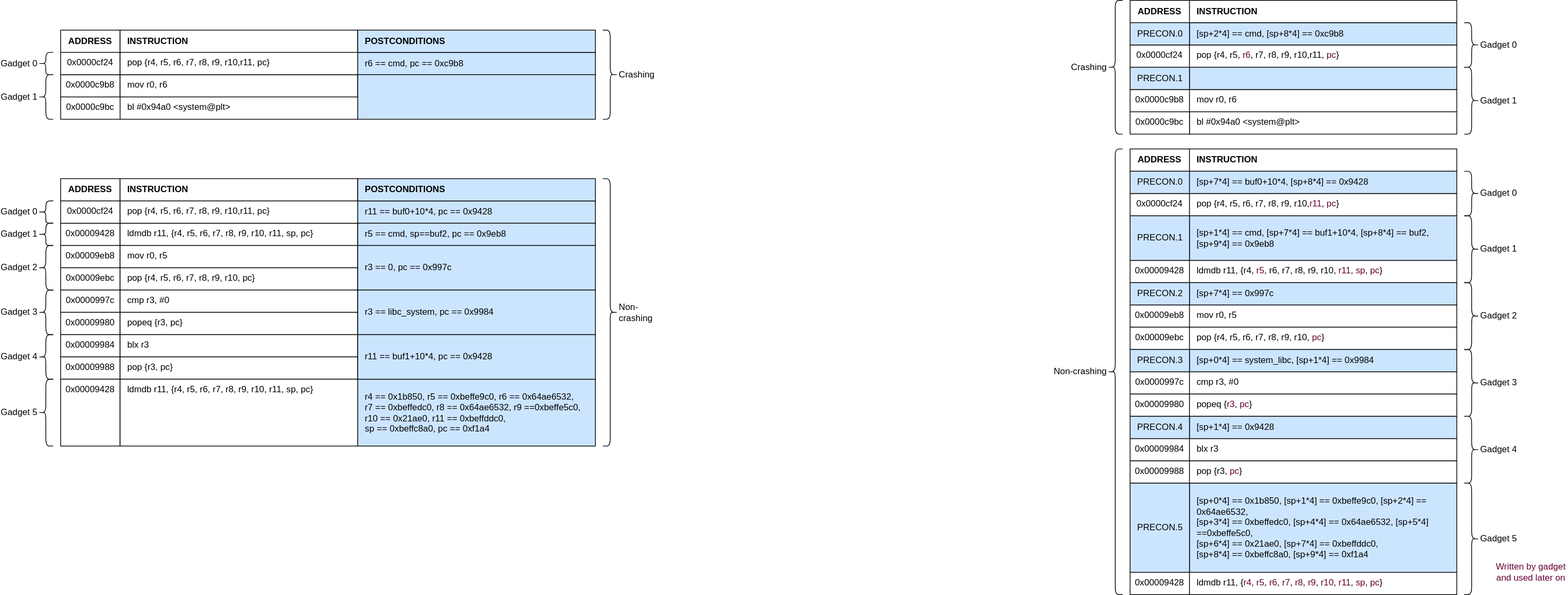
cyber-defence-campus/netgear_r6700v3_circled keeps this draw.io diagram as images/ROP_Chain.svg. Above is the earlier version. Source tidied: cells renumbered, new cells last; positions are measured from the earlier drawing's top-left corner, leaving out a move shared by most shapes.
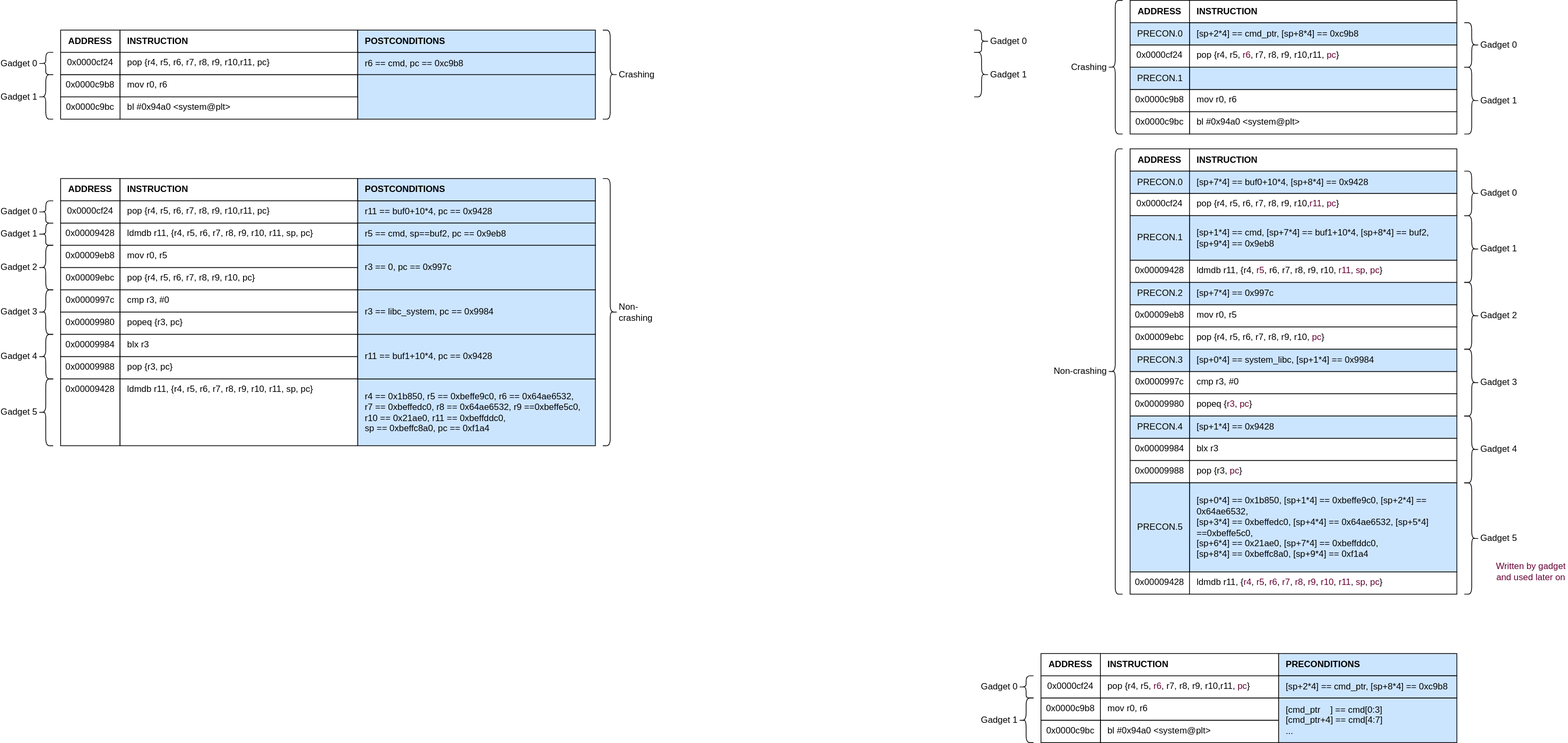
Above is the later version.

The edit, as a diff of the source:
```diff
@@ -167,7 +167,7 @@
     <mxCell id="56" value="0x0000c9bc" style="rounded=0;whiteSpace=wrap;html=1;verticalAlign=top;" parent="1" vertex="1">
       <mxGeometry x="1470" y="150" width="80" height="30" as="geometry" />
     </mxCell>
-    <mxCell id="57" value="[sp+2*4] == cmd, [sp+8*4] == 0xc9b8" style="rounded=0;whiteSpace=wrap;html=1;verticalAlign=middle;align=left;spacingLeft=8;spacingRight=8;fillColor=#CCE5FF;" parent="1" vertex="1">
+    <mxCell id="57" value="[sp+2*4] == cmd_ptr, [sp+8*4] == 0xc9b8" style="rounded=0;whiteSpace=wrap;html=1;verticalAlign=middle;align=left;spacingLeft=8;spacingRight=8;fillColor=#CCE5FF;" parent="1" vertex="1">
       <mxGeometry x="1550" y="30" width="360" height="30" as="geometry" />
     </mxCell>
     <mxCell id="58" value="Gadget 0" style="shape=curlyBracket;html=1;rounded=1;flipH=1;labelPosition=right;verticalLabelPosition=middle;align=left;verticalAlign=middle;" parent="1" vertex="1">
@@ -314,5 +314,50 @@
     <mxCell id="105" value="Non-crashing" style="shape=curlyBracket;html=1;rounded=1;labelPosition=left;verticalLabelPosition=middle;align=right;verticalAlign=middle;" parent="1" vertex="1">
       <mxGeometry x="1440" y="200" width="20" height="600" as="geometry" />
     </mxCell>
+    <mxCell id="106" value="0x0000cf24" style="rounded=0;whiteSpace=wrap;html=1;verticalAlign=top;" parent="1" vertex="1">
+      <mxGeometry x="1350" y="910" width="80" height="30" as="geometry" />
+    </mxCell>
+    <mxCell id="107" value="pop {r4, r5, &lt;font color=&quot;#660033&quot;&gt;r6&lt;/font&gt;, r7, r8, r9, r10,r11, &lt;font color=&quot;#660033&quot;&gt;pc&lt;/font&gt;}" style="rounded=0;whiteSpace=wrap;html=1;verticalAlign=top;align=left;spacingLeft=8;spacingRight=8;fontColor=#000000;" parent="1" vertex="1">
+      <mxGeometry x="1430" y="910" width="240" height="30" as="geometry" />
+    </mxCell>
+    <mxCell id="108" value="0x0000c9b8" style="rounded=0;whiteSpace=wrap;html=1;verticalAlign=top;" parent="1" vertex="1">
+      <mxGeometry x="1350" y="940" width="80" height="30" as="geometry" />
+    </mxCell>
+    <mxCell id="109" value="mov r0, r6" style="rounded=0;whiteSpace=wrap;html=1;verticalAlign=top;align=left;spacingLeft=8;spacingRight=8;fontColor=#000000;" parent="1" vertex="1">
+      <mxGeometry x="1430" y="940" width="240" height="30" as="geometry" />
+    </mxCell>
+    <mxCell id="110" value="bl #0x94a0 &amp;lt;system@plt&amp;gt;" style="rounded=0;whiteSpace=wrap;html=1;verticalAlign=top;align=left;spacingLeft=8;spacingRight=8;fontColor=#000000;" parent="1" vertex="1">
+      <mxGeometry x="1430" y="970" width="240" height="30" as="geometry" />
+    </mxCell>
+    <mxCell id="111" value="0x0000c9bc" style="rounded=0;whiteSpace=wrap;html=1;verticalAlign=top;" parent="1" vertex="1">
+      <mxGeometry x="1350" y="970" width="80" height="30" as="geometry" />
+    </mxCell>
+    <mxCell id="112" value="ADDRESS" style="rounded=0;whiteSpace=wrap;html=1;verticalAlign=middle;fontStyle=1;" parent="1" vertex="1">
+      <mxGeometry x="1350" y="880" width="80" height="30" as="geometry" />
+    </mxCell>
+    <mxCell id="113" value="INSTRUCTION" style="rounded=0;whiteSpace=wrap;html=1;verticalAlign=middle;align=left;spacingLeft=8;spacingRight=8;fontStyle=1;" parent="1" vertex="1">
+      <mxGeometry x="1430" y="880" width="240" height="30" as="geometry" />
+    </mxCell>
+    <mxCell id="114" value="Gadget 0" style="shape=curlyBracket;html=1;rounded=1;flipH=1;labelPosition=right;verticalLabelPosition=middle;align=left;verticalAlign=middle;" parent="1" vertex="1">
+      <mxGeometry x="1260" y="40" width="20" height="30" as="geometry" />
+    </mxCell>
+    <mxCell id="115" value="Gadget 1" style="shape=curlyBracket;html=1;rounded=1;flipH=1;labelPosition=right;verticalLabelPosition=middle;align=left;verticalAlign=middle;" parent="1" vertex="1">
+      <mxGeometry x="1260" y="70" width="20" height="60" as="geometry" />
+    </mxCell>
+    <mxCell id="116" value="&lt;b&gt;PRECONDITIONS&lt;/b&gt;" style="rounded=0;whiteSpace=wrap;html=1;verticalAlign=middle;align=left;spacingLeft=8;spacingRight=8;fillColor=#CCE5FF;" parent="1" vertex="1">
+      <mxGeometry x="1670" y="880" width="240" height="30" as="geometry" />
+    </mxCell>
+    <mxCell id="117" value="Gadget 0" style="shape=curlyBracket;html=1;rounded=1;labelPosition=left;verticalLabelPosition=middle;align=right;verticalAlign=middle;" parent="1" vertex="1">
+      <mxGeometry x="1320" y="910" width="20" height="30" as="geometry" />
+    </mxCell>
+    <mxCell id="118" value="Gadget 1" style="shape=curlyBracket;html=1;rounded=1;labelPosition=left;verticalLabelPosition=middle;align=right;verticalAlign=middle;" parent="1" vertex="1">
+      <mxGeometry x="1320" y="940" width="20" height="60" as="geometry" />
+    </mxCell>
+    <mxCell id="119" value="[sp+2*4] == cmd_ptr, [sp+8*4] == 0xc9b8" style="rounded=0;whiteSpace=wrap;html=1;verticalAlign=middle;align=left;spacingLeft=8;spacingRight=8;fillColor=#CCE5FF;" parent="1" vertex="1">
+      <mxGeometry x="1670" y="910" width="240" height="30" as="geometry" />
+    </mxCell>
+    <mxCell id="120" value="[cmd_ptr&amp;nbsp;&amp;nbsp;&amp;nbsp; ] == cmd[0:3]&lt;br&gt;[cmd_ptr+4] == cmd[4:7]&lt;br&gt;..." style="rounded=0;whiteSpace=wrap;html=1;verticalAlign=middle;align=left;spacingLeft=8;spacingRight=8;fillColor=#CCE5FF;" parent="1" vertex="1">
+      <mxGeometry x="1670" y="940" width="240" height="60" as="geometry" />
+    </mxCell>
   </root>
 </mxGraphModel>
```
